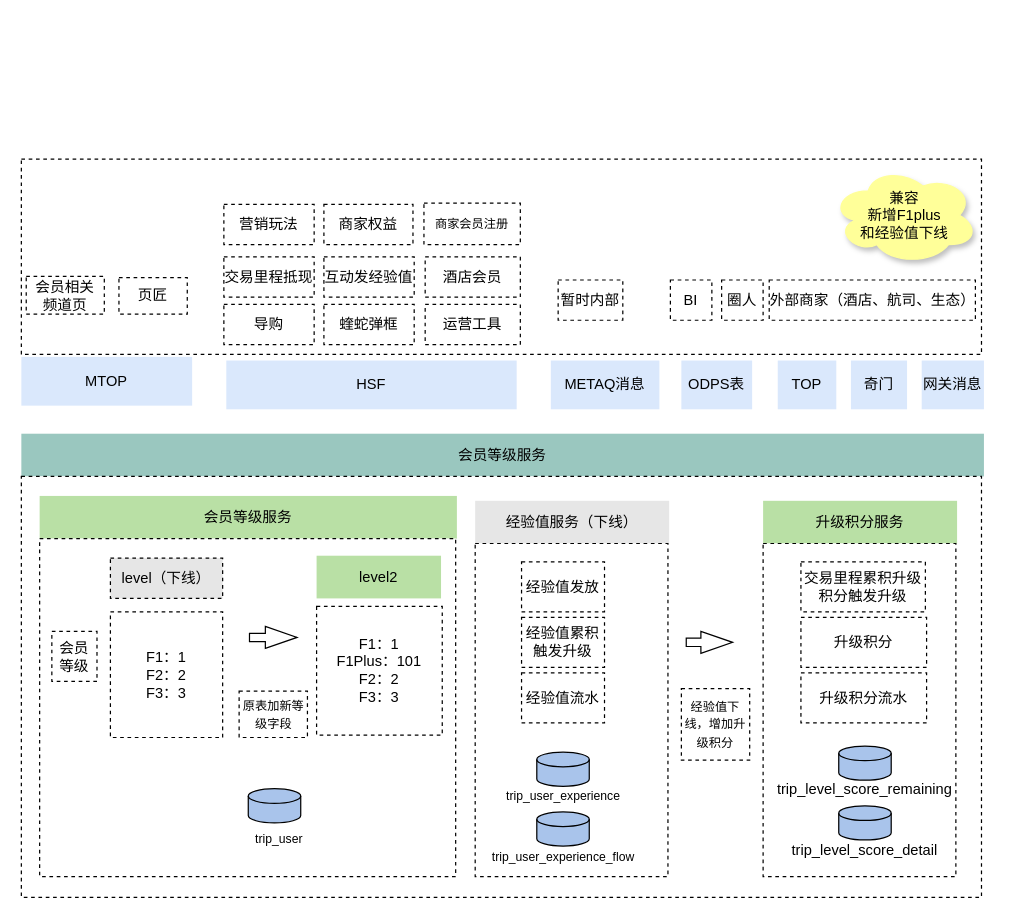
Before: page "体系升级服务" (8 of 11) of 会员成长平台.drawio in renqiuming/drawio, a draw.io diagram. Source tidied: cells renumbered, new cells numbered last; positions are measured from the earlier drawing's top-left corner, leaving out a move shared by most shapes. Both pictures are drawn from the tidied source at 122%, with x=0, y=0 at pixel (21, 159).
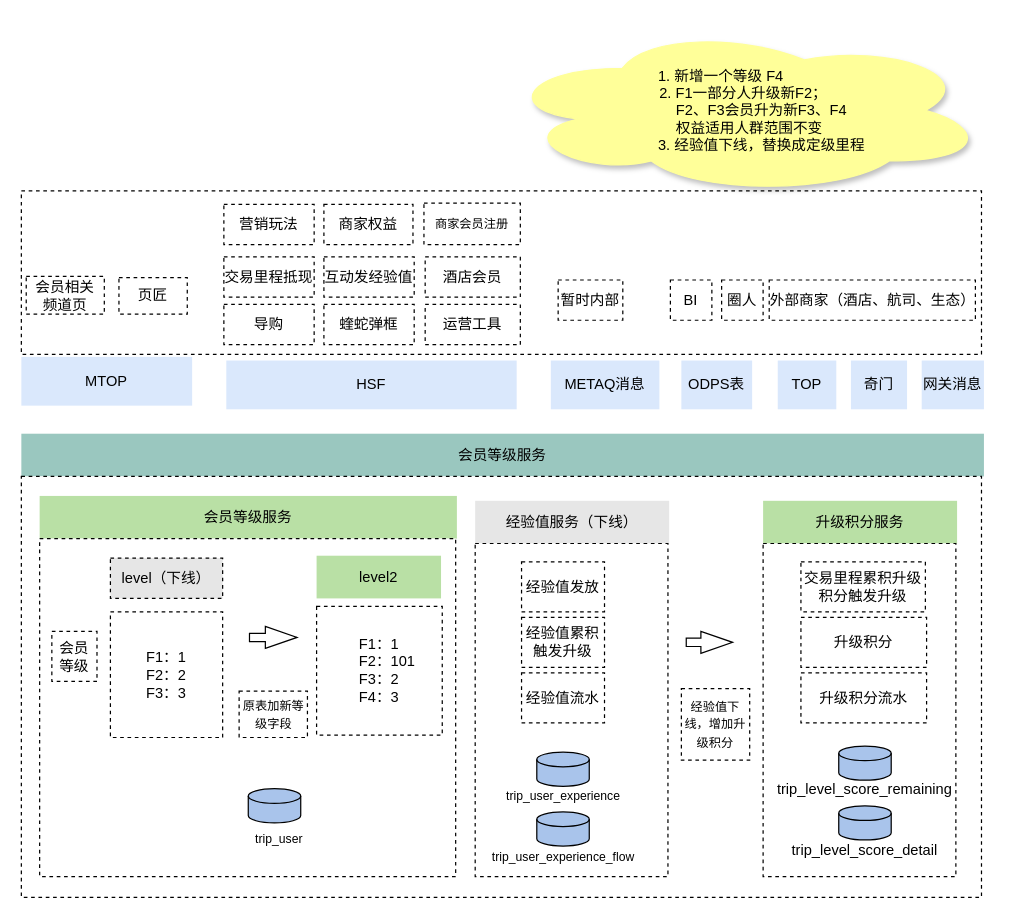
The same page after the edit.

Commit message:
更新会员成长平台.drawio

Diff of the diagram source:
```diff
@@
     <mxCell id="2" style="rounded=0;whiteSpace=wrap;html=1;dashed=1;" parent="1" vertex="1">
-      <mxGeometry width="787" height="160" as="geometry" />
+      <mxGeometry y="26" width="787" height="134" as="geometry" />
     </mxCell>
@@
-    <mxCell id="31" value="F1：1&lt;br&gt;F1Plus：101&lt;br&gt;F2：2&lt;br&gt;F3：3" style="rounded=0;whiteSpace=wrap;html=1;dashed=1;" parent="1" vertex="1">
+    <mxCell id="31" value="F1：1&lt;br&gt;&amp;nbsp; &amp;nbsp; F2：101&lt;br&gt;F3：2&lt;br&gt;F4：3" style="rounded=0;whiteSpace=wrap;html=1;dashed=1;" parent="1" vertex="1">
       <mxGeometry x="242" y="366.5" width="103" height="105.5" as="geometry" />
     </mxCell>
@@
-    <mxCell id="58" value="&lt;span&gt;兼容&lt;/span&gt;&lt;br&gt;&lt;span&gt;新增F1plus&lt;/span&gt;&lt;br&gt;&lt;span&gt;和经验值下线&lt;/span&gt;" style="ellipse;shape=cloud;whiteSpace=wrap;html=1;fillColor=#FFFF99;shadow=1;strokeColor=#FFFF99;" parent="1" vertex="1">
-      <mxGeometry x="664" y="6" width="120" height="80" as="geometry" />
+    <mxCell id="58" value="&lt;span&gt;1.&amp;nbsp;&lt;/span&gt;&lt;span&gt;新增一个等级 F4&amp;nbsp; &amp;nbsp; &amp;nbsp; &amp;nbsp; &amp;nbsp; &amp;nbsp;&lt;br&gt;&lt;/span&gt;2. F1一部分人升级新F2；&lt;br&gt;&amp;nbsp; &amp;nbsp; &amp;nbsp; &amp;nbsp; &amp;nbsp;F2、F3会员升为新F3、F4&lt;br&gt;&amp;nbsp; &amp;nbsp;权益适用人群范围不变&lt;br&gt;&lt;span&gt;&amp;nbsp; &amp;nbsp; &amp;nbsp; &amp;nbsp; &amp;nbsp;3. 经验值下线，替换成定级里程&lt;/span&gt;" style="ellipse;shape=cloud;whiteSpace=wrap;html=1;fillColor=#FFFF99;shadow=1;strokeColor=#FFFF99;" parent="1" vertex="1">
+      <mxGeometry x="393" y="-109" width="398" height="138" as="geometry" />
     </mxCell>
```
